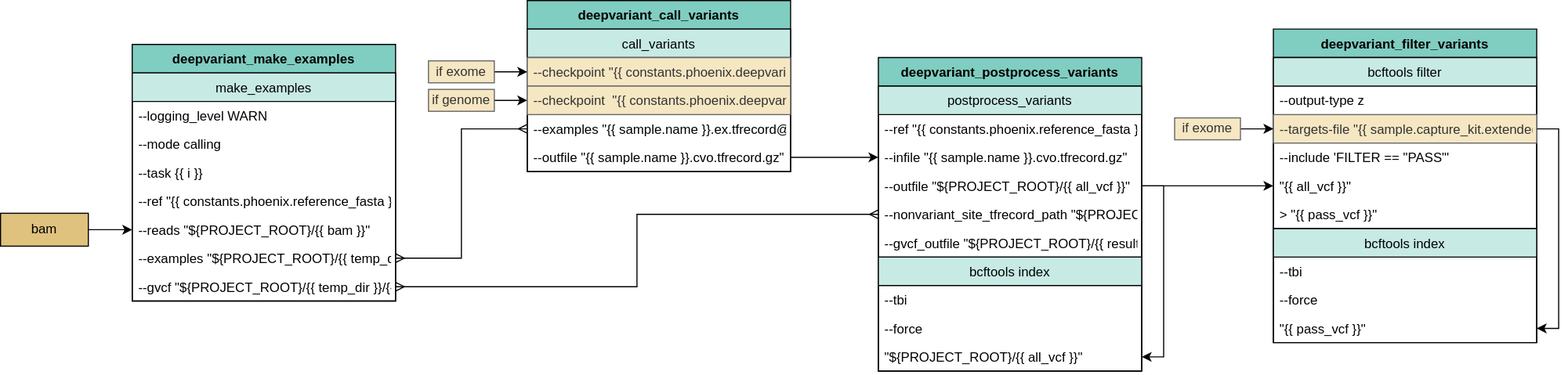
Above: docs/source/phoenix/workflows/embed/Constitutional_deepvariant.svg in bryce-turner/tgen-jetstream-docs (draw.io), before the change. Source tidied: cells renumbered, new cells last; positions are measured from the earlier drawing's top-left corner, leaving out a move shared by most shapes.
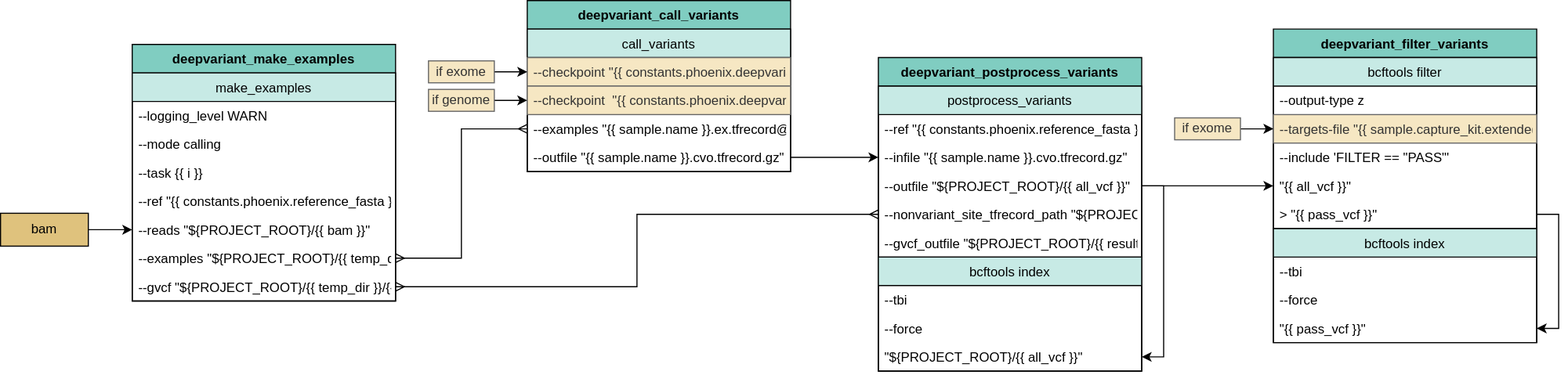
After the commit.

Diff of the diagram source:
```diff
@@ -150,9 +150,9 @@
         <mxPoint y="195" as="sourcePoint" />
       </mxGeometry>
     </mxCell>
-    <mxCell id="50" style="edgeStyle=orthogonalEdgeStyle;rounded=0;jettySize=auto;html=1;exitX=1;exitY=0.5;exitDx=0;exitDy=0;entryX=1;entryY=0.5;entryDx=0;entryDy=0;" parent="38" edge="1" source="41" target="48">
-      <mxGeometry relative="1" as="geometry" />
-    </mxCell>
+    <mxCell id="55" style="edgeStyle=orthogonalEdgeStyle;rounded=0;jettySize=auto;html=1;exitX=1;exitY=0.5;exitDx=0;exitDy=0;startArrow=none;startFill=0;endArrow=classic;endFill=1;" parent="38" edge="1" source="44" target="48">
+      <mxGeometry relative="1" as="geometry" />
+    </mxCell>
     <mxCell id="51" style="edgeStyle=orthogonalEdgeStyle;rounded=0;jettySize=auto;html=1;exitX=1;exitY=0.5;exitDx=0;exitDy=0;entryX=0;entryY=0.5;entryDx=0;entryDy=0;" parent="1" edge="1" source="52" target="41">
       <mxGeometry relative="1" as="geometry" />
     </mxCell>
```
